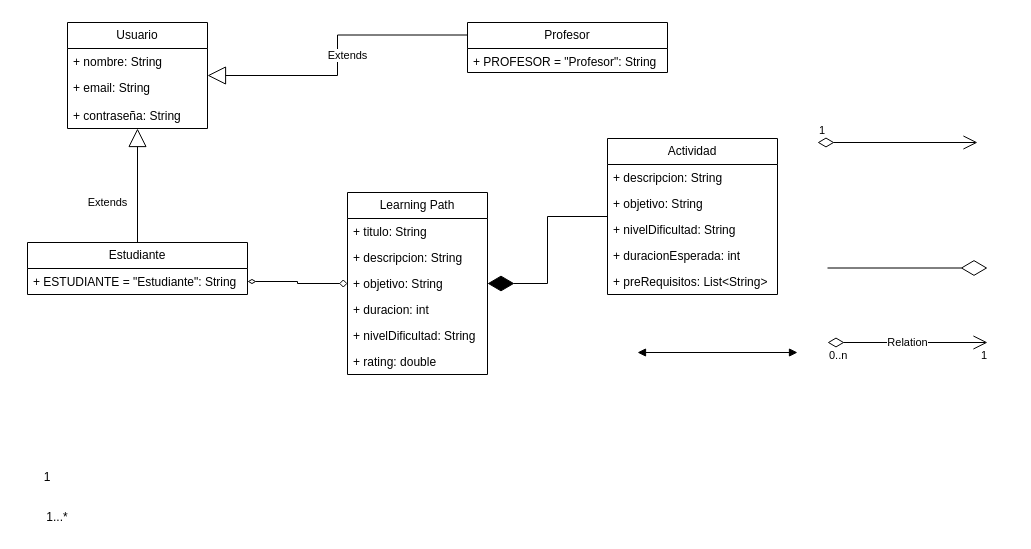
The draw.io diagram Entrega 1/Untitled Diagram.drawio in DPOOGrupo3/Proyecto1, before the edit. Source tidied: cells renumbered, new cells numbered last; positions are measured from the earlier drawing's top-left corner, leaving out a move shared by most shapes. Both pictures are drawn from the tidied source at 100%, with x=0, y=0 at pixel (17, 22).
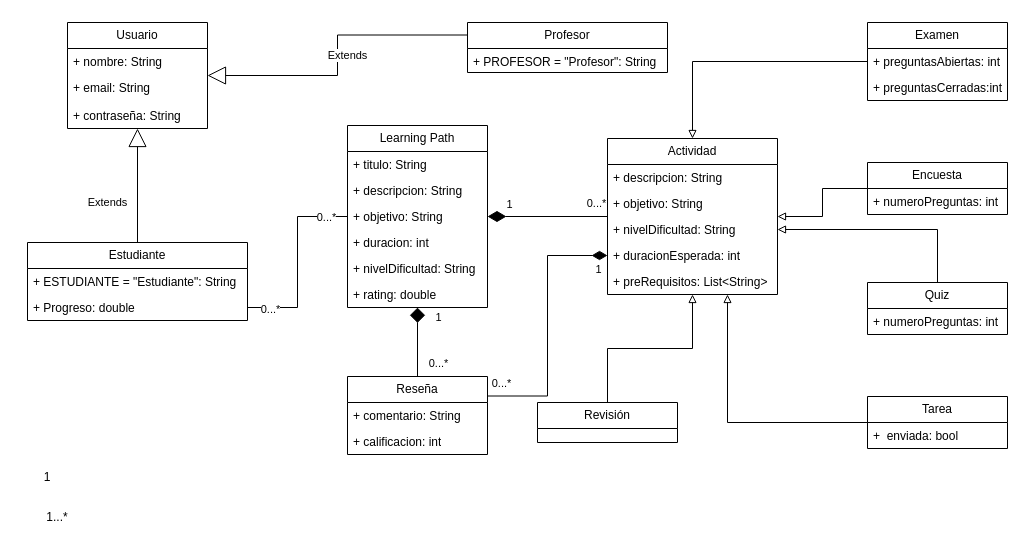
The same page after the edit.

The change refers to these unchanged cells:
```xml
<mxCell id="17" value="Actividad" style="swimlane;fontStyle=0;horizontal=1;startSize=26;fillColor=none;whiteSpace=wrap;html=1;" parent="1" vertex="1">
  <mxGeometry x="590" y="116" width="170" height="156" as="geometry" />
</mxCell>
<mxCell id="20" value="+ nivelDificultad: String" style="text;strokeColor=none;fillColor=none;align=left;verticalAlign=top;spacingLeft=4;spacingRight=4;overflow=hidden;points=[[0,0.5],[1,0.5]];portConstraint=eastwest;whiteSpace=wrap;html=1;" parent="17" vertex="1">
  <mxGeometry y="78" width="170" height="26" as="geometry" />
</mxCell>
<mxCell id="21" value="+ duracionEsperada: int" style="text;strokeColor=none;fillColor=none;align=left;verticalAlign=top;spacingLeft=4;spacingRight=4;overflow=hidden;points=[[0,0.5],[1,0.5]];portConstraint=eastwest;whiteSpace=wrap;html=1;" parent="17" vertex="1">
  <mxGeometry y="104" width="170" height="26" as="geometry" />
</mxCell>
```

What changed in the source:
```diff
@@
+    <mxCell id="35" style="edgeStyle=orthogonalEdgeStyle;rounded=0;jettySize=auto;html=1;endArrow=none;endFill=0;endSize=16;startArrow=diamond;startFill=1;startSize=13;" parent="1" edge="1" source="6" target="61">
+      <mxGeometry relative="1" as="geometry" />
+    </mxCell>
+    <mxCell id="36" value="0...*" style="edgeLabel;html=1;align=center;verticalAlign=middle;" parent="35" vertex="1">
+      <mxGeometry x="0.44" relative="1" as="geometry">
+        <mxPoint x="20" y="5" as="offset" />
+      </mxGeometry>
+    </mxCell>
+    <mxCell id="37" value="1" style="edgeLabel;html=1;align=center;verticalAlign=middle;" parent="35" vertex="1">
+      <mxGeometry x="-0.74" y="2" relative="1" as="geometry">
+        <mxPoint x="18" as="offset" />
+      </mxGeometry>
+    </mxCell>
     <mxCell id="6" value="Learning Path" style="swimlane;fontStyle=0;horizontal=1;startSize=26;fillColor=none;whiteSpace=wrap;html=1;" parent="1" vertex="1">
-      <mxGeometry x="330" y="170" width="140" height="182" as="geometry" />
+      <mxGeometry x="330" y="103" width="140" height="182" as="geometry" />
     </mxCell>
@@
     <mxCell id="13" value="Estudiante" style="swimlane;fontStyle=0;horizontal=1;startSize=26;fillColor=none;whiteSpace=wrap;html=1;" parent="1" vertex="1">
-      <mxGeometry x="10" y="220" width="220" height="52" as="geometry" />
+      <mxGeometry x="10" y="220" width="220" height="78" as="geometry" />
     </mxCell>
+    <mxCell id="38" value="+ ESTUDIANTE = &quot;Estudiante&quot;: String" style="text;strokeColor=none;fillColor=none;align=left;verticalAlign=top;spacingLeft=4;spacingRight=4;overflow=hidden;whiteSpace=wrap;html=1;" parent="13" vertex="1">
+      <mxGeometry y="26" width="220" height="26" as="geometry" />
+    </mxCell>
-    <mxCell id="14" value="+ ESTUDIANTE = &quot;Estudiante&quot;: String" style="text;strokeColor=none;fillColor=none;align=left;verticalAlign=top;spacingLeft=4;spacingRight=4;overflow=hidden;points=[[0,0.5],[1,0.5]];portConstraint=eastwest;whiteSpace=wrap;html=1;" parent="13" vertex="1">
-      <mxGeometry y="26" width="220" height="26" as="geometry" />
+    <mxCell id="14" value="+ Progreso: double" style="text;strokeColor=none;fillColor=none;align=left;verticalAlign=top;spacingLeft=4;spacingRight=4;overflow=hidden;points=[[0,0.5],[1,0.5]];portConstraint=eastwest;whiteSpace=wrap;html=1;" parent="13" vertex="1">
+      <mxGeometry y="52" width="220" height="26" as="geometry" />
     </mxCell>
@@
+    <mxCell id="39" style="edgeStyle=orthogonalEdgeStyle;rounded=0;jettySize=auto;html=1;entryX=1;entryY=0.25;entryDx=0;entryDy=0;exitX=0;exitY=0.5;exitDx=0;exitDy=0;endArrow=none;endFill=0;endSize=13;startArrow=diamondThin;startFill=1;startSize=13;" parent="1" edge="1" source="21" target="61">
+      <mxGeometry relative="1" as="geometry">
+        <Array as="points">
+          <mxPoint x="530" y="233" />
+          <mxPoint x="530" y="373" />
+        </Array>
+      </mxGeometry>
+    </mxCell>
+    <mxCell id="40" value="1" style="edgeLabel;html=1;align=center;verticalAlign=middle;" parent="39" vertex="1">
+      <mxGeometry x="-0.95" y="2" relative="1" as="geometry">
+        <mxPoint x="-3" y="11" as="offset" />
+      </mxGeometry>
+    </mxCell>
+    <mxCell id="41" value="0...*" style="edgeLabel;html=1;align=center;verticalAlign=middle;" parent="39" vertex="1">
+      <mxGeometry x="0.9" y="1" relative="1" as="geometry">
+        <mxPoint y="-14" as="offset" />
+      </mxGeometry>
+    </mxCell>
@@
-    <mxCell id="25" value="1" style="endArrow=open;html=1;endSize=12;startArrow=diamondThin;startSize=14;startFill=0;edgeStyle=orthogonalEdgeStyle;align=left;verticalAlign=bottom;rounded=0;" parent="1" edge="1">
-      <mxGeometry x="-1" y="3" relative="1" as="geometry">
-        <mxPoint x="800" y="120" as="sourcePoint" />
-        <mxPoint x="960" y="120" as="targetPoint" />
-      </mxGeometry>
-    </mxCell>
-    <mxCell id="26" style="endArrow=diamondThin;endFill=1;endSize=24;html=1;rounded=0;edgeStyle=orthogonalEdgeStyle;" parent="1" edge="1" source="17" target="6">
+    <mxCell id="26" style="endArrow=diamondThin;endFill=1;endSize=16;html=1;rounded=0;edgeStyle=orthogonalEdgeStyle;" parent="1" edge="1" source="17" target="6">
       <mxGeometry relative="1" as="geometry" />
     </mxCell>
-    <mxCell id="27" style="endArrow=diamondThin;endFill=0;endSize=24;html=1;rounded=0;" parent="1" edge="1">
-      <mxGeometry relative="1" as="geometry">
-        <mxPoint x="810" y="245.5" as="sourcePoint" />
-        <mxPoint x="970" y="245.5" as="targetPoint" />
-      </mxGeometry>
-    </mxCell>
-    <mxCell id="28" value="Relation" style="endArrow=open;html=1;endSize=12;startArrow=diamondThin;startSize=14;startFill=0;edgeStyle=orthogonalEdgeStyle;rounded=0;" parent="1" edge="1">
-      <mxGeometry relative="1" as="geometry">
-        <mxPoint x="810" y="320" as="sourcePoint" />
-        <mxPoint x="970" y="320" as="targetPoint" />
-      </mxGeometry>
-    </mxCell>
-    <mxCell id="29" value="0..n" style="edgeLabel;html=1;align=left;verticalAlign=top;" parent="28" vertex="1">
-      <mxGeometry x="-1" relative="1" as="geometry" />
-    </mxCell>
-    <mxCell id="30" value="1" style="edgeLabel;html=1;align=right;verticalAlign=top;" parent="28" vertex="1">
-      <mxGeometry x="1" relative="1" as="geometry" />
-    </mxCell>
+    <mxCell id="42" value="1" style="edgeLabel;html=1;align=center;verticalAlign=middle;" parent="26" vertex="1">
+      <mxGeometry x="-0.03" y="-2" relative="1" as="geometry">
+        <mxPoint x="-41" y="-11" as="offset" />
+      </mxGeometry>
+    </mxCell>
+    <mxCell id="43" value="0...*" style="edgeLabel;html=1;align=center;verticalAlign=middle;" parent="26" vertex="1">
+      <mxGeometry x="-0.8" y="-1" relative="1" as="geometry">
+        <mxPoint y="-13" as="offset" />
+      </mxGeometry>
+    </mxCell>
@@
-    <mxCell id="33" style="endArrow=block;startArrow=block;endFill=1;startFill=1;html=1;rounded=0;" parent="1" edge="1">
-      <mxGeometry relative="1" as="geometry">
-        <mxPoint x="620" y="330" as="sourcePoint" />
-        <mxPoint x="780" y="330" as="targetPoint" />
-      </mxGeometry>
-    </mxCell>
-    <mxCell id="34" style="edgeStyle=orthogonalEdgeStyle;rounded=0;jettySize=auto;html=1;exitX=1;exitY=0.5;exitDx=0;exitDy=0;endArrow=diamond;endFill=0;startArrow=diamondThin;startFill=0;" parent="1" edge="1" source="14" target="6">
+    <mxCell id="34" style="edgeStyle=orthogonalEdgeStyle;rounded=0;jettySize=auto;html=1;exitX=1;exitY=0.5;exitDx=0;exitDy=0;endArrow=none;endFill=0;startArrow=none;startFill=0;" parent="1" edge="1" source="14" target="6">
       <mxGeometry relative="1" as="geometry" />
     </mxCell>
+    <mxCell id="44" value="0...*" style="edgeLabel;html=1;align=center;verticalAlign=middle;" parent="34" vertex="1">
+      <mxGeometry x="0.83" relative="1" as="geometry">
+        <mxPoint x="-6" as="offset" />
+      </mxGeometry>
+    </mxCell>
+    <mxCell id="45" value="0...*" style="edgeLabel;html=1;align=center;verticalAlign=middle;" parent="34" vertex="1">
+      <mxGeometry x="-0.86" y="-1" relative="1" as="geometry">
+        <mxPoint x="9" as="offset" />
+      </mxGeometry>
+    </mxCell>
+    <mxCell id="46" style="edgeStyle=orthogonalEdgeStyle;rounded=0;jettySize=auto;html=1;endArrow=block;endFill=0;" parent="1" edge="1" source="47" target="17">
+      <mxGeometry relative="1" as="geometry" />
+    </mxCell>
+    <mxCell id="47" value="Revisión" style="swimlane;fontStyle=0;horizontal=1;startSize=26;fillColor=none;whiteSpace=wrap;html=1;" parent="1" vertex="1">
+      <mxGeometry x="520" y="380" width="140" height="40" as="geometry" />
+    </mxCell>
+    <mxCell id="48" style="edgeStyle=orthogonalEdgeStyle;rounded=0;jettySize=auto;html=1;endArrow=block;endFill=0;" parent="1" edge="1" source="49" target="17">
+      <mxGeometry relative="1" as="geometry">
+        <Array as="points">
+          <mxPoint x="710" y="400" />
+        </Array>
+      </mxGeometry>
+    </mxCell>
+    <mxCell id="49" value="Tarea" style="swimlane;fontStyle=0;horizontal=1;startSize=26;fillColor=none;whiteSpace=wrap;html=1;" parent="1" vertex="1">
+      <mxGeometry x="850" y="374" width="140" height="52" as="geometry" />
+    </mxCell>
+    <mxCell id="50" value="+&amp;nbsp; enviada: bool" style="text;strokeColor=none;fillColor=none;align=left;verticalAlign=top;spacingLeft=4;spacingRight=4;overflow=hidden;whiteSpace=wrap;html=1;" parent="49" vertex="1">
+      <mxGeometry y="26" width="140" height="26" as="geometry" />
+    </mxCell>
+    <mxCell id="51" style="edgeStyle=orthogonalEdgeStyle;rounded=0;jettySize=auto;html=1;entryX=1;entryY=0.5;entryDx=0;entryDy=0;endArrow=block;endFill=0;" parent="1" edge="1" source="52" target="20">
+      <mxGeometry relative="1" as="geometry" />
+    </mxCell>
+    <mxCell id="52" value="Quiz" style="swimlane;fontStyle=0;horizontal=1;startSize=26;fillColor=none;whiteSpace=wrap;html=1;" parent="1" vertex="1">
+      <mxGeometry x="850" y="260" width="140" height="52" as="geometry" />
+    </mxCell>
+    <mxCell id="53" value="+ numeroPreguntas: int" style="text;strokeColor=none;fillColor=none;align=left;verticalAlign=top;spacingLeft=4;spacingRight=4;overflow=hidden;whiteSpace=wrap;html=1;" parent="52" vertex="1">
+      <mxGeometry y="26" width="140" height="26" as="geometry" />
+    </mxCell>
+    <mxCell id="54" style="edgeStyle=orthogonalEdgeStyle;rounded=0;jettySize=auto;html=1;endArrow=block;endFill=0;" parent="1" edge="1" source="55" target="17">
+      <mxGeometry relative="1" as="geometry" />
+    </mxCell>
+    <mxCell id="55" value="Encuesta" style="swimlane;fontStyle=0;horizontal=1;startSize=26;fillColor=none;whiteSpace=wrap;html=1;" parent="1" vertex="1">
+      <mxGeometry x="850" y="140" width="140" height="52" as="geometry" />
+    </mxCell>
+    <mxCell id="56" value="+ numeroPreguntas: int" style="text;strokeColor=none;fillColor=none;align=left;verticalAlign=top;spacingLeft=4;spacingRight=4;overflow=hidden;whiteSpace=wrap;html=1;" parent="55" vertex="1">
+      <mxGeometry y="26" width="140" height="26" as="geometry" />
+    </mxCell>
+    <mxCell id="57" value="Examen" style="swimlane;fontStyle=0;horizontal=1;startSize=26;fillColor=none;whiteSpace=wrap;html=1;" parent="1" vertex="1">
+      <mxGeometry x="850" width="140" height="78" as="geometry" />
+    </mxCell>
+    <mxCell id="58" value="+ preguntasAbiertas: int" style="text;strokeColor=none;fillColor=none;align=left;verticalAlign=top;spacingLeft=4;spacingRight=4;overflow=hidden;whiteSpace=wrap;html=1;" parent="57" vertex="1">
+      <mxGeometry y="26" width="140" height="26" as="geometry" />
+    </mxCell>
+    <mxCell id="59" value="+ preguntasCerradas:int" style="text;strokeColor=none;fillColor=none;align=left;verticalAlign=top;spacingLeft=4;spacingRight=4;overflow=hidden;whiteSpace=wrap;html=1;" parent="57" vertex="1">
+      <mxGeometry y="52" width="140" height="26" as="geometry" />
+    </mxCell>
+    <mxCell id="60" style="edgeStyle=orthogonalEdgeStyle;rounded=0;jettySize=auto;html=1;endArrow=block;endFill=0;" parent="1" edge="1" source="57" target="17">
+      <mxGeometry relative="1" as="geometry" />
+    </mxCell>
+    <mxCell id="61" value="Reseña" style="swimlane;fontStyle=0;horizontal=1;startSize=26;fillColor=none;whiteSpace=wrap;html=1;" parent="1" vertex="1">
+      <mxGeometry x="330" y="354" width="140" height="78" as="geometry" />
+    </mxCell>
+    <mxCell id="62" value="+ comentario: String" style="text;strokeColor=none;fillColor=none;align=left;verticalAlign=top;spacingLeft=4;spacingRight=4;overflow=hidden;whiteSpace=wrap;html=1;" parent="61" vertex="1">
+      <mxGeometry y="26" width="140" height="26" as="geometry" />
+    </mxCell>
+    <mxCell id="63" value="+ calificacion: int" style="text;strokeColor=none;fillColor=none;align=left;verticalAlign=top;spacingLeft=4;spacingRight=4;overflow=hidden;whiteSpace=wrap;html=1;" parent="61" vertex="1">
+      <mxGeometry y="52" width="140" height="26" as="geometry" />
+    </mxCell>
```
